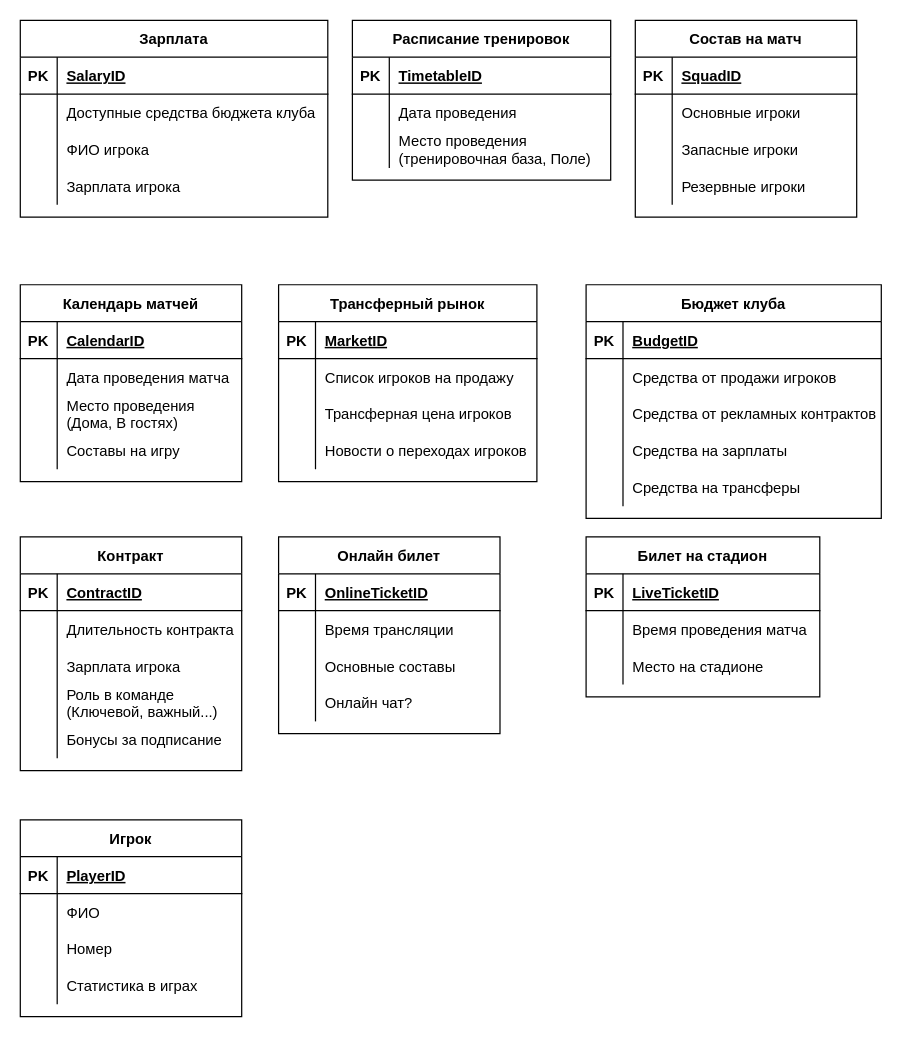
This is ER Diagramm beta11.drawio from Alexsander996/football, a draw.io file, before an edit. Source tidied: cells renumbered, new cells numbered last; positions are measured from the earlier drawing's top-left corner, leaving out a move shared by most shapes. Both pictures are drawn from the tidied source at 123%, with x=0, y=0 at pixel (20, 20).
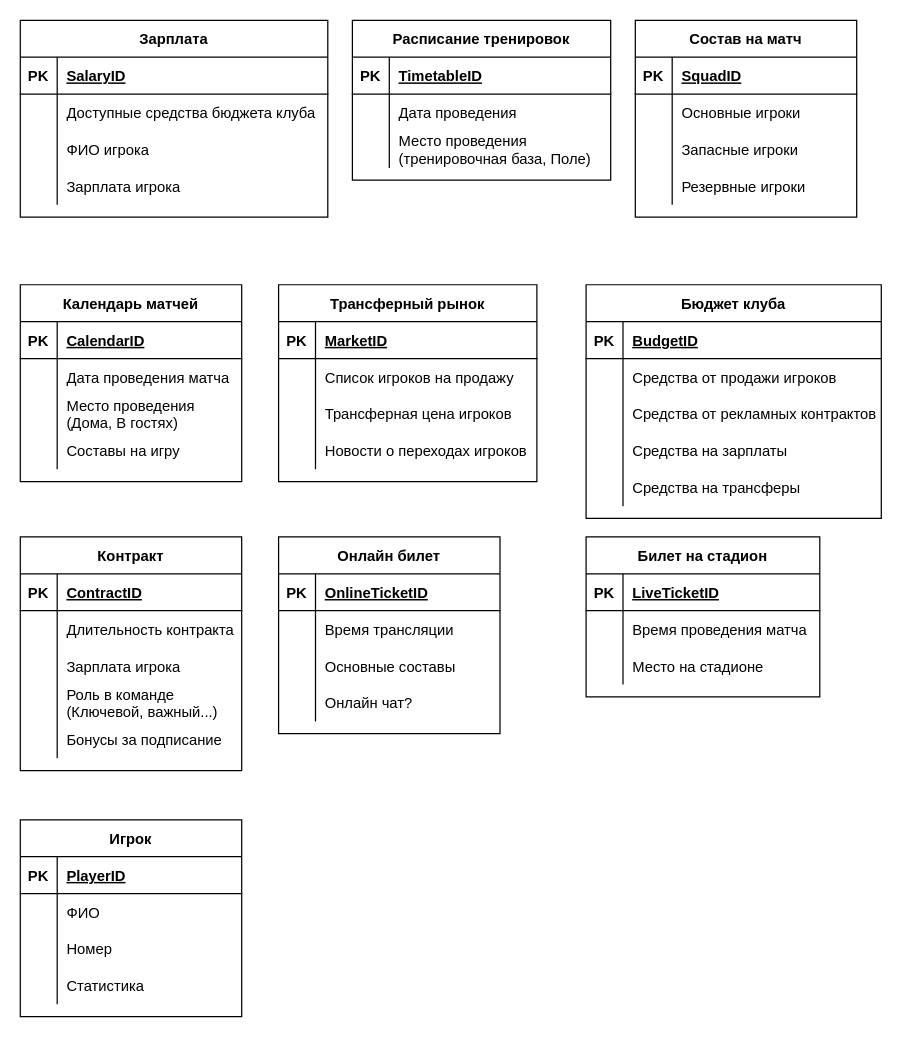
The same diagram, later.

Unchanged cells that the change refers to:
```xml
<mxCell id="129" style="shape=partialRectangle;fillColor=none;top=0;left=0;bottom=0;right=0;" parent="119" vertex="1">
  <mxGeometry y="120" width="180" height="30" as="geometry" />
</mxCell>
```

The edit, as a diff of the source:
```diff
@@
-    <mxCell id="131" value="Статистика в играх" style="shape=partialRectangle;fillColor=none;top=0;left=0;bottom=0;right=0;align=left;spacingLeft=6;overflow=hidden;" parent="129" vertex="1">
+    <mxCell id="131" value="Статистика" style="shape=partialRectangle;fillColor=none;top=0;left=0;bottom=0;right=0;align=left;spacingLeft=6;overflow=hidden;" parent="129" vertex="1">
       <mxGeometry x="30" width="150" height="30" as="geometry" />
     </mxCell>
```
